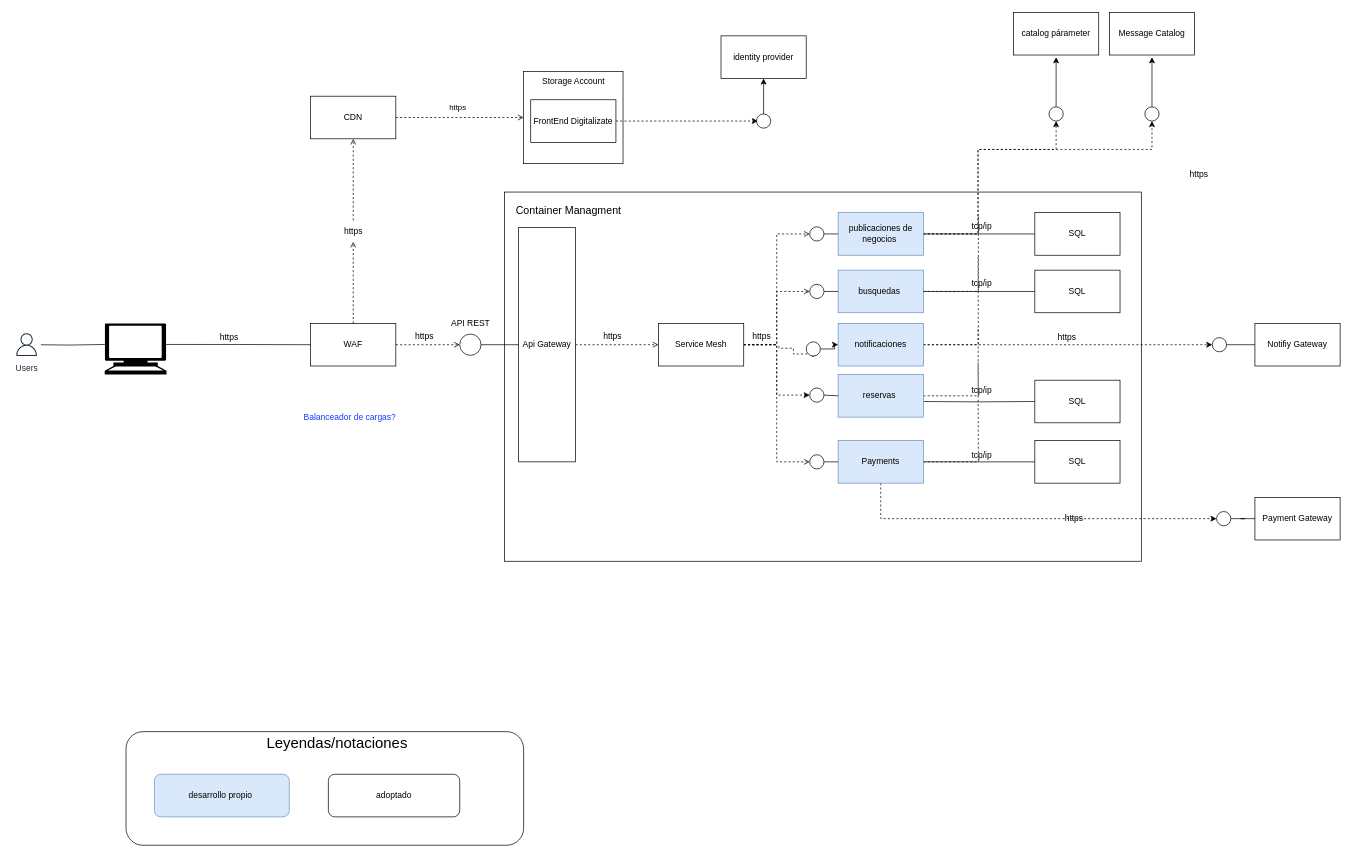
ochoa27/FindDo keeps this draw.io diagram as page "Página-2" (2 of 2) of Diagrama sin título.drawio. Above is the earlier version. Source tidied: cells renumbered, new cells numbered last; positions are measured from the earlier drawing's top-left corner, leaving out a move shared by most shapes. Both pictures are drawn from the tidied source at 71%, with x=0, y=0 at pixel (12, 12).
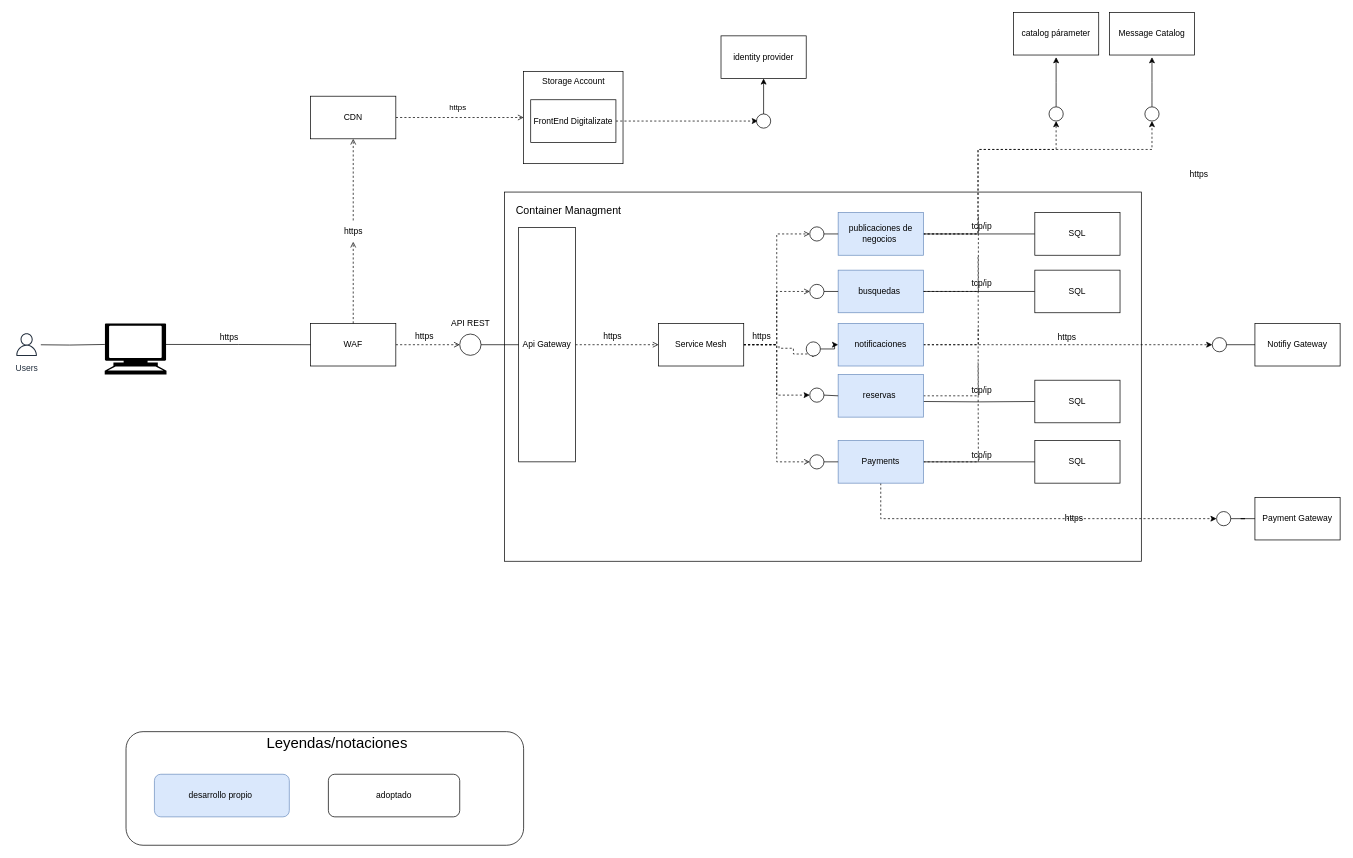
Above is the later version.

What changed in the source:
```diff
@@
-    <mxCell id="74" value="Balanceador de cargas?&lt;div&gt;&lt;br&gt;&lt;/div&gt;" style="text;html=1;align=center;verticalAlign=middle;strokeColor=none;fillColor=none;fontColor=#1C3AFF;" parent="1" vertex="1">
-      <mxGeometry x="400" y="558" width="150" height="40" as="geometry" />
-    </mxCell>
```
